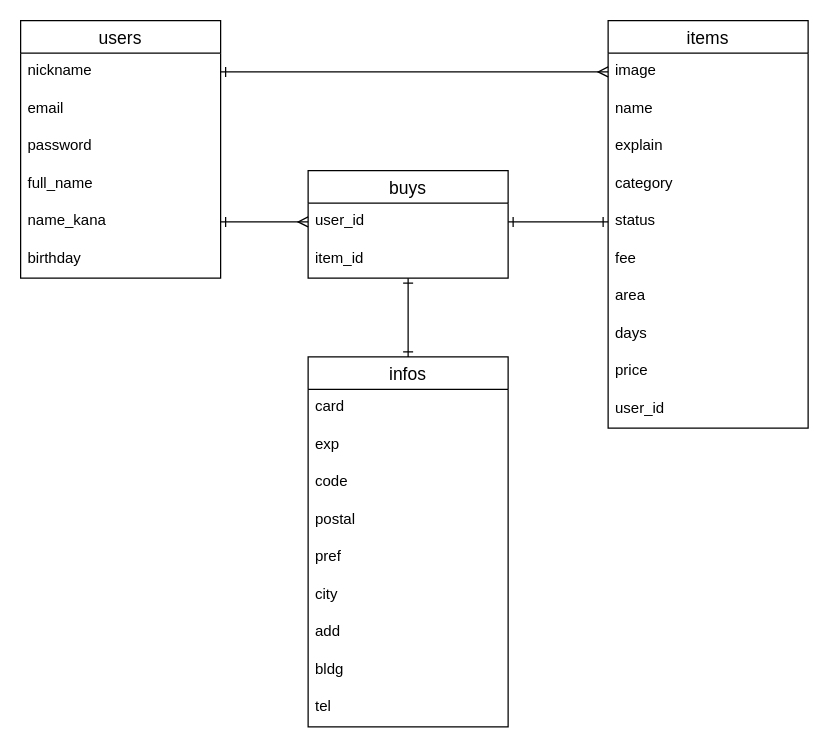
Before: table.dio in o281700/furima-32118, a draw.io diagram. Source tidied: cells renumbered, new cells numbered last; positions are measured from the earlier drawing's top-left corner, leaving out a move shared by most shapes. Both pictures are drawn from the tidied source at 125%, with x=0, y=0 at pixel (20, 20).
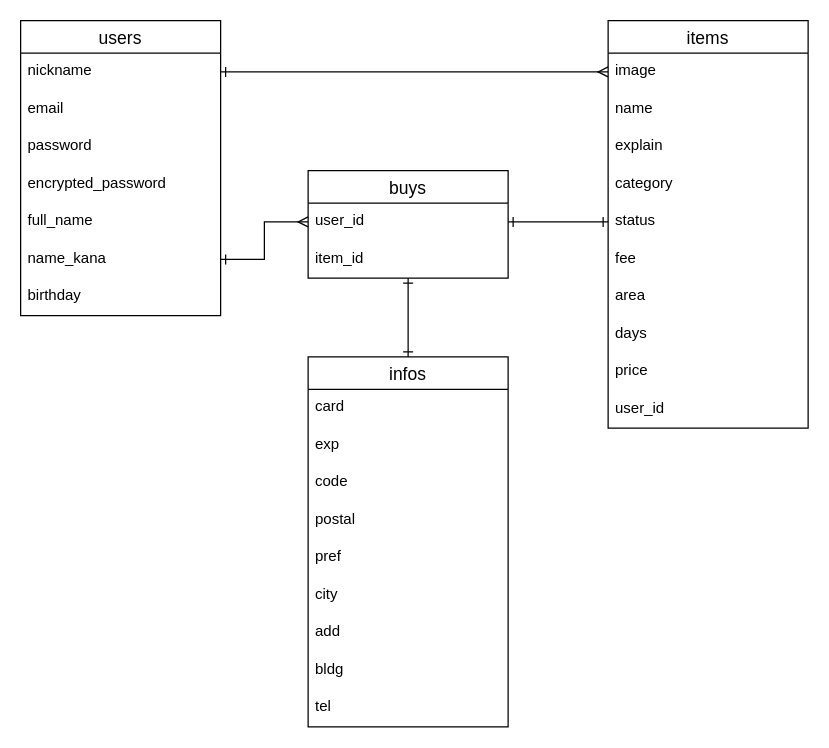
The same diagram, later.

The edit, as a diff of the source:
```diff
@@
     <mxCell id="2" value="users" style="swimlane;fontStyle=0;horizontal=1;startSize=26;align=center;fontSize=14;" parent="1" vertex="1">
-      <mxGeometry width="160" height="206" as="geometry" />
+      <mxGeometry width="160" height="236" as="geometry" />
     </mxCell>
@@
+    <mxCell id="37" value="encrypted_password" style="text;strokeColor=none;fillColor=none;spacingLeft=4;spacingRight=4;overflow=hidden;fontSize=12;" parent="2" vertex="1">
+      <mxGeometry y="116" width="160" height="30" as="geometry" />
+    </mxCell>
     <mxCell id="6" value="full_name" style="text;strokeColor=none;fillColor=none;spacingLeft=4;spacingRight=4;overflow=hidden;fontSize=12;" parent="2" vertex="1">
-      <mxGeometry y="116" width="160" height="30" as="geometry" />
+      <mxGeometry y="146" width="160" height="30" as="geometry" />
     </mxCell>
     <mxCell id="7" value="name_kana" style="text;strokeColor=none;fillColor=none;spacingLeft=4;spacingRight=4;overflow=hidden;points=[[0,0.5],[1,0.5]];portConstraint=eastwest;fontSize=12;" parent="2" vertex="1">
-      <mxGeometry y="146" width="160" height="30" as="geometry" />
+      <mxGeometry y="176" width="160" height="30" as="geometry" />
     </mxCell>
     <mxCell id="8" value="birthday" style="text;strokeColor=none;fillColor=none;spacingLeft=4;spacingRight=4;overflow=hidden;fontSize=12;" parent="2" vertex="1">
-      <mxGeometry y="176" width="160" height="30" as="geometry" />
+      <mxGeometry y="206" width="160" height="30" as="geometry" />
     </mxCell>
```
